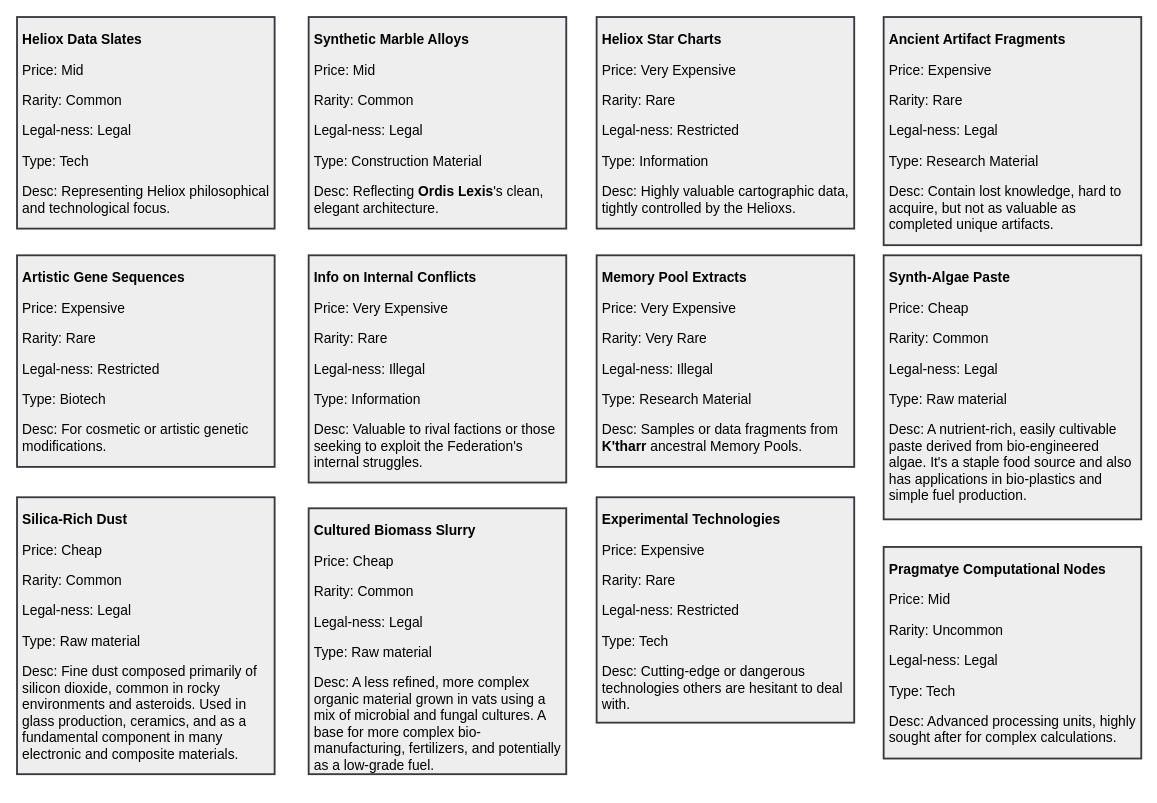
Above: page "Goods" (4 of 4) of designs/narrative texts.drawio in eerieA/game-nexarion (draw.io), before the change. Source tidied: cells renumbered, new cells numbered last; positions are measured from the earlier drawing's top-left corner, leaving out a move shared by most shapes. Both pictures are drawn from the tidied source at 92%, with x=0, y=0 at pixel (17, 17).
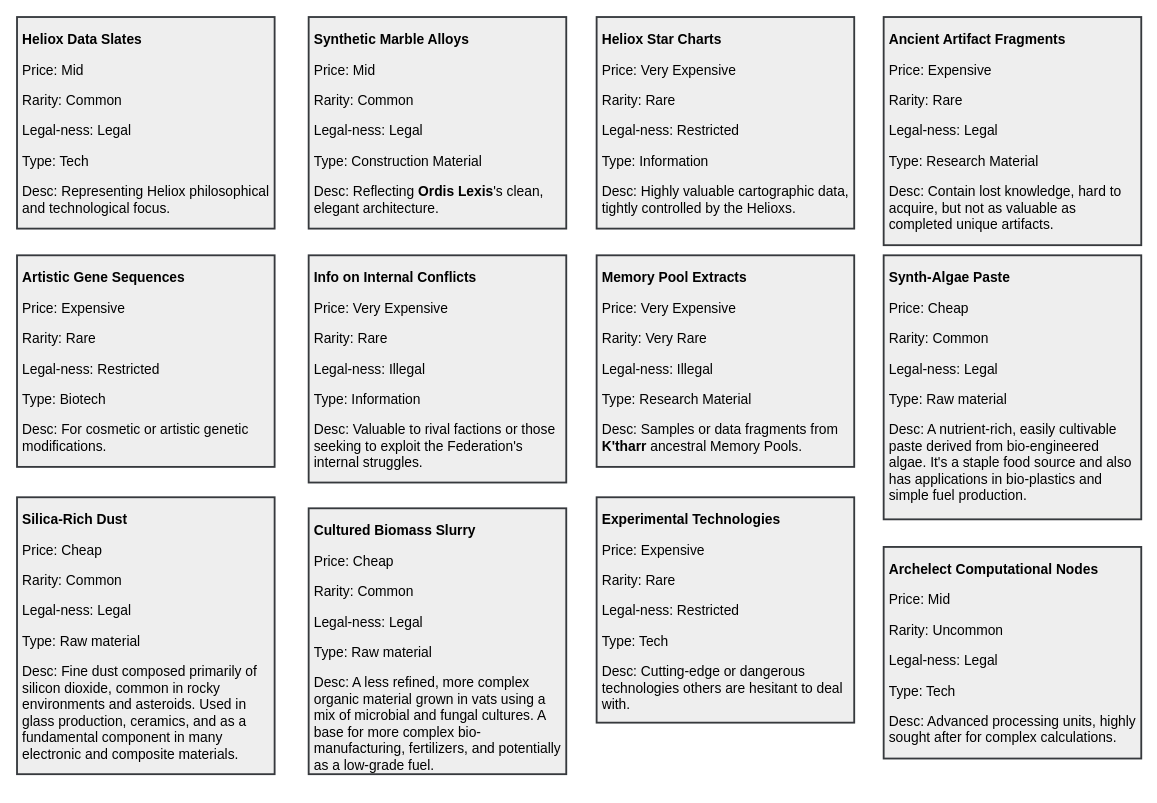
After the change.

Change to the diagram source:
```diff
@@
 <mxGraphModel>
   <root>
     <mxCell id="0" />
     <mxCell id="1" parent="0" />
     <mxCell id="2" value="&lt;p&gt;&lt;strong&gt;Heliox Data Slates&lt;/strong&gt;&lt;/p&gt;&lt;p&gt;Price: Mid&lt;/p&gt;&lt;p&gt;Rarity: Common&lt;/p&gt;&lt;p&gt;Legal-ness: Legal&lt;/p&gt;&lt;p&gt;Type: Tech&lt;/p&gt;&lt;p&gt;Desc: Representing Heliox philosophical and technological focus.&lt;/p&gt;" style="rounded=0;whiteSpace=wrap;html=1;fillColor=#eeeeee;strokeColor=#36393d;align=left;fontSize=15;verticalAlign=top;labelBackgroundColor=none;spacing=6;spacingTop=-10;strokeWidth=2;" parent="1" vertex="1">
       <mxGeometry width="280" height="230" as="geometry" />
     </mxCell>
     <mxCell id="3" value="&lt;p&gt;&lt;strong&gt;Synthetic Marble Alloys&lt;/strong&gt;&lt;/p&gt;&lt;p&gt;Price: Mid&lt;/p&gt;&lt;p&gt;Rarity: Common&lt;/p&gt;&lt;p&gt;Legal-ness: Legal&lt;/p&gt;&lt;p&gt;Type: Construction Material&lt;/p&gt;&lt;p&gt;Desc: Reflecting &lt;strong&gt;Ordis Lexis&lt;/strong&gt;'s clean, elegant architecture.&lt;/p&gt;" style="rounded=0;whiteSpace=wrap;html=1;fillColor=#eeeeee;strokeColor=#36393d;align=left;fontSize=15;verticalAlign=top;labelBackgroundColor=none;spacing=6;spacingTop=-10;strokeWidth=2;" parent="1" vertex="1">
       <mxGeometry x="317" width="280" height="230" as="geometry" />
     </mxCell>
     <mxCell id="4" value="&lt;p&gt;&lt;strong&gt;Heliox Star Charts&lt;/strong&gt;&lt;/p&gt;&lt;p&gt;Price: Very Expensive&lt;/p&gt;&lt;p&gt;Rarity: Rare&lt;/p&gt;&lt;p&gt;Legal-ness: Restricted&lt;/p&gt;&lt;p&gt;Type: Information&lt;/p&gt;&lt;p&gt;Desc: Highly valuable cartographic data, tightly controlled by the Helioxs.&lt;/p&gt;" style="rounded=0;whiteSpace=wrap;html=1;fillColor=#eeeeee;strokeColor=#36393d;align=left;fontSize=15;verticalAlign=top;labelBackgroundColor=none;spacing=6;spacingTop=-10;strokeWidth=2;" parent="1" vertex="1">
       <mxGeometry x="630" width="280" height="230" as="geometry" />
     </mxCell>
     <mxCell id="5" value="&lt;p&gt;&lt;strong&gt;Ancient Artifact Fragments&lt;/strong&gt;&lt;/p&gt;&lt;p&gt;Price: Expensive&lt;/p&gt;&lt;p&gt;Rarity: Rare&lt;/p&gt;&lt;p&gt;Legal-ness: Legal&lt;/p&gt;&lt;p&gt;Type: Research Material&lt;/p&gt;&lt;p&gt;Desc: Contain lost knowledge, hard to acquire, but not as valuable as completed unique artifacts.&lt;/p&gt;" style="rounded=0;whiteSpace=wrap;html=1;fillColor=#eeeeee;strokeColor=#36393d;align=left;fontSize=15;verticalAlign=top;labelBackgroundColor=none;spacing=6;spacingTop=-10;strokeWidth=2;" parent="1" vertex="1">
       <mxGeometry x="942" width="280" height="248" as="geometry" />
     </mxCell>
     <mxCell id="6" value="&lt;p&gt;&lt;strong&gt;Artistic Gene Sequences&lt;/strong&gt;&lt;/p&gt;&lt;p&gt;Price: Expensive&lt;/p&gt;&lt;p&gt;Rarity: Rare&lt;/p&gt;&lt;p&gt;Legal-ness: Restricted&lt;/p&gt;&lt;p&gt;Type: Biotech&lt;/p&gt;&lt;p&gt;Desc: For cosmetic or artistic genetic modifications.&lt;/p&gt;" style="rounded=0;whiteSpace=wrap;html=1;fillColor=#eeeeee;strokeColor=#36393d;align=left;fontSize=15;verticalAlign=top;labelBackgroundColor=none;spacing=6;spacingTop=-10;strokeWidth=2;" parent="1" vertex="1">
       <mxGeometry y="259" width="280" height="230" as="geometry" />
     </mxCell>
     <mxCell id="7" value="&lt;p&gt;&lt;strong&gt;Info on Internal Conflicts&lt;/strong&gt;&lt;/p&gt;&lt;p&gt;Price: Very Expensive&lt;/p&gt;&lt;p&gt;Rarity: Rare&lt;/p&gt;&lt;p&gt;Legal-ness: Illegal&lt;/p&gt;&lt;p&gt;Type: Information&lt;/p&gt;&lt;p&gt;Desc: Valuable to rival factions or those seeking to exploit the Federation's internal struggles.&lt;/p&gt;" style="rounded=0;whiteSpace=wrap;html=1;fillColor=#eeeeee;strokeColor=#36393d;align=left;fontSize=15;verticalAlign=top;labelBackgroundColor=none;spacing=6;spacingTop=-10;strokeWidth=2;" parent="1" vertex="1">
       <mxGeometry x="317" y="259" width="280" height="247" as="geometry" />
     </mxCell>
     <mxCell id="8" value="&lt;p&gt;&lt;strong&gt;Memory Pool Extracts&lt;/strong&gt;&lt;/p&gt;&lt;p&gt;Price: Very Expensive&lt;/p&gt;&lt;p&gt;Rarity: Very Rare&lt;/p&gt;&lt;p&gt;Legal-ness: Illegal&lt;/p&gt;&lt;p&gt;Type: Research Material&lt;/p&gt;&lt;p&gt;Desc: Samples or data fragments from &lt;strong&gt;K'tharr&lt;/strong&gt; ancestral Memory Pools.&lt;/p&gt;" style="rounded=0;whiteSpace=wrap;html=1;fillColor=#eeeeee;strokeColor=#36393d;align=left;fontSize=15;verticalAlign=top;labelBackgroundColor=none;spacing=6;spacingTop=-10;strokeWidth=2;" parent="1" vertex="1">
       <mxGeometry x="630" y="259" width="280" height="230" as="geometry" />
     </mxCell>
     <mxCell id="9" value="&lt;p&gt;&lt;strong&gt;Synth-Algae Paste&lt;/strong&gt;&lt;/p&gt;&lt;p&gt;Price: Cheap&lt;/p&gt;&lt;p&gt;Rarity: Common&lt;/p&gt;&lt;p&gt;Legal-ness: Legal&lt;/p&gt;&lt;p&gt;Type: Raw material&lt;/p&gt;&lt;p&gt;Desc: A nutrient-rich, easily cultivable paste derived from bio-engineered algae. It's a staple food source and also has applications in bio-plastics and simple fuel production.&lt;/p&gt;" style="rounded=0;whiteSpace=wrap;html=1;fillColor=#eeeeee;strokeColor=#36393d;align=left;fontSize=15;verticalAlign=top;labelBackgroundColor=none;spacing=6;spacingTop=-10;strokeWidth=2;" parent="1" vertex="1">
       <mxGeometry x="942" y="259" width="280" height="287" as="geometry" />
     </mxCell>
     <mxCell id="10" value="&lt;p&gt;&lt;strong&gt;Silica-Rich Dust&lt;/strong&gt;&lt;/p&gt;&lt;p&gt;Price: Cheap&lt;/p&gt;&lt;p&gt;Rarity: Common&lt;/p&gt;&lt;p&gt;Legal-ness: Legal&lt;/p&gt;&lt;p&gt;Type: Raw material&lt;/p&gt;&lt;p&gt;Desc: Fine dust composed primarily of silicon dioxide, common in rocky environments and asteroids. Used in glass production, ceramics, and as a fundamental component in many electronic and composite materials.&lt;/p&gt;" style="rounded=0;whiteSpace=wrap;html=1;fillColor=#eeeeee;strokeColor=#36393d;align=left;fontSize=15;verticalAlign=top;labelBackgroundColor=none;spacing=6;spacingTop=-10;strokeWidth=2;" parent="1" vertex="1">
       <mxGeometry y="522" width="280" height="301" as="geometry" />
     </mxCell>
     <mxCell id="11" value="&lt;p&gt;&lt;strong&gt;Cultured Biomass Slurry&lt;/strong&gt;&lt;/p&gt;&lt;p&gt;Price: Cheap&lt;/p&gt;&lt;p&gt;Rarity: Common&lt;/p&gt;&lt;p&gt;Legal-ness: Legal&lt;/p&gt;&lt;p&gt;Type: Raw material&lt;/p&gt;&lt;p&gt;Desc: A less refined, more complex organic material grown in vats using a mix of microbial and fungal cultures. A base for more complex bio-manufacturing, fertilizers, and potentially as a low-grade fuel.&lt;/p&gt;" style="rounded=0;whiteSpace=wrap;html=1;fillColor=#eeeeee;strokeColor=#36393d;align=left;fontSize=15;verticalAlign=top;labelBackgroundColor=none;spacing=6;spacingTop=-10;strokeWidth=2;" parent="1" vertex="1">
       <mxGeometry x="317" y="534" width="280" height="289" as="geometry" />
     </mxCell>
     <mxCell id="12" value="&lt;p&gt;&lt;strong&gt;Experimental Technologies&lt;/strong&gt;&lt;/p&gt;&lt;p&gt;Price: Expensive&lt;/p&gt;&lt;p&gt;Rarity: Rare&lt;/p&gt;&lt;p&gt;Legal-ness: Restricted&lt;/p&gt;&lt;p&gt;Type: Tech&lt;/p&gt;&lt;p&gt;Desc: Cutting-edge or dangerous technologies others are hesitant to deal with.&lt;/p&gt;" style="rounded=0;whiteSpace=wrap;html=1;fillColor=#eeeeee;strokeColor=#36393d;align=left;fontSize=15;verticalAlign=top;labelBackgroundColor=none;spacing=6;spacingTop=-10;strokeWidth=2;" parent="1" vertex="1">
       <mxGeometry x="630" y="522" width="280" height="245" as="geometry" />
     </mxCell>
-    <mxCell id="13" value="&lt;p&gt;&lt;strong&gt;Pragmatye Computational Nodes&lt;/strong&gt;&lt;/p&gt;&lt;p&gt;Price: Mid&lt;/p&gt;&lt;p&gt;Rarity: Uncommon&lt;/p&gt;&lt;p&gt;Legal-ness: Legal&lt;/p&gt;&lt;p&gt;Type: Tech&lt;/p&gt;&lt;p&gt;Desc: Advanced processing units, highly sought after for complex calculations.&lt;/p&gt;" style="rounded=0;whiteSpace=wrap;html=1;fillColor=#eeeeee;strokeColor=#36393d;align=left;fontSize=15;verticalAlign=top;labelBackgroundColor=none;spacing=6;spacingTop=-10;strokeWidth=2;" parent="1" vertex="1">
+    <mxCell id="13" value="&lt;p&gt;&lt;strong&gt;Archelect Computational Nodes&lt;/strong&gt;&lt;/p&gt;&lt;p&gt;Price: Mid&lt;/p&gt;&lt;p&gt;Rarity: Uncommon&lt;/p&gt;&lt;p&gt;Legal-ness: Legal&lt;/p&gt;&lt;p&gt;Type: Tech&lt;/p&gt;&lt;p&gt;Desc: Advanced processing units, highly sought after for complex calculations.&lt;/p&gt;" style="rounded=0;whiteSpace=wrap;html=1;fillColor=#eeeeee;strokeColor=#36393d;align=left;fontSize=15;verticalAlign=top;labelBackgroundColor=none;spacing=6;spacingTop=-10;strokeWidth=2;" parent="1" vertex="1">
       <mxGeometry x="942" y="576" width="280" height="230" as="geometry" />
     </mxCell>
   </root>
 </mxGraphModel>
```
